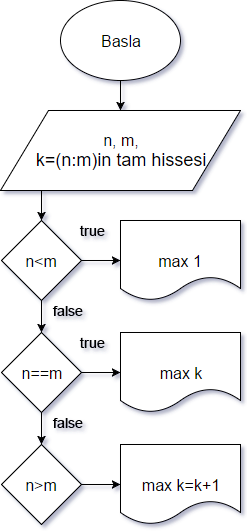
Above: rabbits.png in LiM10/31.01.2017 (draw.io), before the change. Source tidied: cells renumbered, new cells last; positions are measured from the earlier drawing's top-left corner, leaving out a move shared by most shapes. Its diagram source:
```xml
<mxGraphModel background="#ffffff">
  <root>
    <mxCell id="0" />
    <mxCell id="1" parent="0" />
    <mxCell id="2" style="edgeStyle=orthogonalEdgeStyle;rounded=0;html=1;exitX=0.5;exitY=1;entryX=0.5;entryY=0;jettySize=auto;fontSize=14;" parent="1" edge="1" source="3" target="5">
      <mxGeometry relative="1" as="geometry" />
    </mxCell>
    <mxCell id="3" value="&lt;font style=&quot;font-size: 16px&quot;&gt;Basla&lt;/font&gt;" style="ellipse;whiteSpace=wrap;html=1;fontSize=14;" parent="1" vertex="1">
      <mxGeometry x="60" width="120" height="80" as="geometry" />
    </mxCell>
    <mxCell id="4" style="edgeStyle=orthogonalEdgeStyle;rounded=0;html=1;exitX=0.5;exitY=1;entryX=0.5;entryY=0;jettySize=auto;fontSize=14;" parent="1" edge="1" target="8">
      <mxGeometry relative="1" as="geometry">
        <mxPoint x="41" y="190" as="sourcePoint" />
      </mxGeometry>
    </mxCell>
    <mxCell id="5" value="&lt;font style=&quot;font-size: 16px&quot;&gt;n, m,&lt;/font&gt;&lt;div&gt;&lt;font size=&quot;4&quot;&gt;k=(n:m)in tam hissesi&lt;/font&gt;&lt;/div&gt;" style="shape=parallelogram;whiteSpace=wrap;html=1;fontSize=14;" parent="1" vertex="1">
      <mxGeometry y="110" width="240" height="80" as="geometry" />
    </mxCell>
    <mxCell id="6" style="edgeStyle=orthogonalEdgeStyle;rounded=0;html=1;exitX=1;exitY=0.5;entryX=0;entryY=0.5;jettySize=auto;fontSize=14;" parent="1" edge="1" source="8" target="9">
      <mxGeometry relative="1" as="geometry" />
    </mxCell>
    <mxCell id="7" style="edgeStyle=orthogonalEdgeStyle;rounded=0;html=1;exitX=0.5;exitY=1;entryX=0.5;entryY=0;jettySize=auto;fontSize=14;" parent="1" edge="1" source="8" target="15">
      <mxGeometry relative="1" as="geometry" />
    </mxCell>
    <mxCell id="8" value="&lt;font style=&quot;font-size: 16px&quot;&gt;n&amp;lt;m&lt;/font&gt;" style="rhombus;whiteSpace=wrap;html=1;fontSize=14;" parent="1" vertex="1">
      <mxGeometry x="1" y="220" width="80" height="80" as="geometry" />
    </mxCell>
    <mxCell id="9" value="&lt;font style=&quot;font-size: 16px&quot;&gt;max 1&lt;/font&gt;" style="shape=document;whiteSpace=wrap;html=1;fontSize=14;" parent="1" vertex="1">
      <mxGeometry x="120" y="220" width="120" height="80" as="geometry" />
    </mxCell>
    <mxCell id="10" style="edgeStyle=orthogonalEdgeStyle;rounded=0;html=1;exitX=1;exitY=0.5;jettySize=auto;fontSize=14;" parent="1" edge="1" source="11">
      <mxGeometry relative="1" as="geometry">
        <mxPoint x="120" y="484" as="targetPoint" />
      </mxGeometry>
    </mxCell>
    <mxCell id="11" value="&lt;font style=&quot;font-size: 16px&quot;&gt;n&amp;gt;m&lt;/font&gt;" style="rhombus;whiteSpace=wrap;html=1;fontSize=14;" parent="1" vertex="1">
      <mxGeometry x="1" y="444" width="80" height="80" as="geometry" />
    </mxCell>
    <mxCell id="12" value="&lt;font style=&quot;font-size: 16px&quot;&gt;max k=k+1&lt;/font&gt;" style="shape=document;whiteSpace=wrap;html=1;fontSize=14;" parent="1" vertex="1">
      <mxGeometry x="120" y="444" width="120" height="80" as="geometry" />
    </mxCell>
    <mxCell id="13" style="edgeStyle=orthogonalEdgeStyle;rounded=0;html=1;exitX=1;exitY=0.5;entryX=0;entryY=0.5;jettySize=auto;fontSize=14;" parent="1" edge="1" source="15" target="16">
      <mxGeometry relative="1" as="geometry" />
    </mxCell>
    <mxCell id="14" style="edgeStyle=orthogonalEdgeStyle;rounded=0;html=1;exitX=0.5;exitY=1;entryX=0.5;entryY=0;jettySize=auto;fontSize=14;" parent="1" edge="1" source="15" target="11">
      <mxGeometry relative="1" as="geometry" />
    </mxCell>
    <mxCell id="15" value="&lt;font style=&quot;font-size: 16px&quot;&gt;n==m&lt;/font&gt;" style="rhombus;whiteSpace=wrap;html=1;fontSize=14;" parent="1" vertex="1">
      <mxGeometry x="1" y="332" width="80" height="80" as="geometry" />
    </mxCell>
    <mxCell id="16" value="&lt;font style=&quot;font-size: 16px&quot;&gt;max k&lt;/font&gt;" style="shape=document;whiteSpace=wrap;html=1;fontSize=14;" parent="1" vertex="1">
      <mxGeometry x="120" y="332" width="120" height="80" as="geometry" />
    </mxCell>
    <mxCell id="17" value="true" style="text;html=1;strokeColor=none;fillColor=none;align=center;verticalAlign=middle;whiteSpace=wrap;fontSize=14;" parent="1" vertex="1">
      <mxGeometry x="71" y="332" width="40" height="20" as="geometry" />
    </mxCell>
    <mxCell id="18" value="true" style="text;html=1;strokeColor=none;fillColor=none;align=center;verticalAlign=middle;whiteSpace=wrap;fontSize=14;" parent="1" vertex="1">
      <mxGeometry x="71" y="220" width="40" height="20" as="geometry" />
    </mxCell>
    <mxCell id="19" value="false" style="text;html=1;strokeColor=none;fillColor=none;align=center;verticalAlign=middle;whiteSpace=wrap;fontSize=14;" parent="1" vertex="1">
      <mxGeometry x="47" y="412" width="40" height="20" as="geometry" />
    </mxCell>
    <mxCell id="20" value="false" style="text;html=1;strokeColor=none;fillColor=none;align=center;verticalAlign=middle;whiteSpace=wrap;fontSize=14;" parent="1" vertex="1">
      <mxGeometry x="47" y="300" width="40" height="20" as="geometry" />
    </mxCell>
  </root>
</mxGraphModel>
```
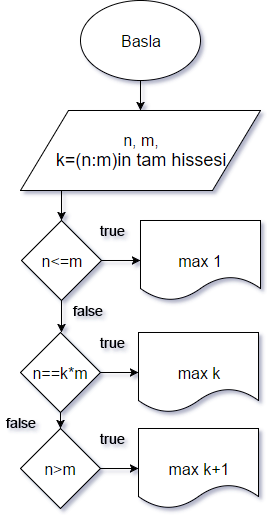
Above is the later version.

What changed in the source:
```diff
@@ -19,10 +19,12 @@
     <mxCell id="6" style="edgeStyle=orthogonalEdgeStyle;rounded=0;html=1;exitX=1;exitY=0.5;entryX=0;entryY=0.5;jettySize=auto;fontSize=14;" parent="1" edge="1" source="8" target="9">
       <mxGeometry relative="1" as="geometry" />
     </mxCell>
-    <mxCell id="7" style="edgeStyle=orthogonalEdgeStyle;rounded=0;html=1;exitX=0.5;exitY=1;entryX=0.5;entryY=0;jettySize=auto;fontSize=14;" parent="1" edge="1" source="8" target="15">
-      <mxGeometry relative="1" as="geometry" />
+    <mxCell id="7" style="edgeStyle=orthogonalEdgeStyle;rounded=0;html=1;exitX=0.5;exitY=1;entryX=0.5;entryY=0;jettySize=auto;fontSize=14;" parent="1" edge="1" source="8">
+      <mxGeometry relative="1" as="geometry">
+        <mxPoint x="41" y="332" as="targetPoint" />
+      </mxGeometry>
     </mxCell>
-    <mxCell id="8" value="&lt;font style=&quot;font-size: 16px&quot;&gt;n&amp;lt;m&lt;/font&gt;" style="rhombus;whiteSpace=wrap;html=1;fontSize=14;" parent="1" vertex="1">
+    <mxCell id="8" value="&lt;font style=&quot;font-size: 16px&quot;&gt;n&amp;lt;=m&lt;/font&gt;" style="rhombus;whiteSpace=wrap;html=1;fontSize=14;" parent="1" vertex="1">
       <mxGeometry x="1" y="220" width="80" height="80" as="geometry" />
     </mxCell>
     <mxCell id="9" value="&lt;font style=&quot;font-size: 16px&quot;&gt;max 1&lt;/font&gt;" style="shape=document;whiteSpace=wrap;html=1;fontSize=14;" parent="1" vertex="1">
@@ -30,38 +32,41 @@
     </mxCell>
     <mxCell id="10" style="edgeStyle=orthogonalEdgeStyle;rounded=0;html=1;exitX=1;exitY=0.5;jettySize=auto;fontSize=14;" parent="1" edge="1" source="11">
       <mxGeometry relative="1" as="geometry">
-        <mxPoint x="120" y="484" as="targetPoint" />
+        <mxPoint x="118" y="468" as="targetPoint" />
       </mxGeometry>
     </mxCell>
     <mxCell id="11" value="&lt;font style=&quot;font-size: 16px&quot;&gt;n&amp;gt;m&lt;/font&gt;" style="rhombus;whiteSpace=wrap;html=1;fontSize=14;" parent="1" vertex="1">
-      <mxGeometry x="1" y="444" width="80" height="80" as="geometry" />
+      <mxGeometry y="428" width="80" height="80" as="geometry" />
     </mxCell>
-    <mxCell id="12" value="&lt;font style=&quot;font-size: 16px&quot;&gt;max k=k+1&lt;/font&gt;" style="shape=document;whiteSpace=wrap;html=1;fontSize=14;" parent="1" vertex="1">
-      <mxGeometry x="120" y="444" width="120" height="80" as="geometry" />
+    <mxCell id="12" value="&lt;font style=&quot;font-size: 16px&quot;&gt;max k+1&lt;/font&gt;" style="shape=document;whiteSpace=wrap;html=1;fontSize=14;" parent="1" vertex="1">
+      <mxGeometry x="118" y="428" width="120" height="80" as="geometry" />
     </mxCell>
-    <mxCell id="13" style="edgeStyle=orthogonalEdgeStyle;rounded=0;html=1;exitX=1;exitY=0.5;entryX=0;entryY=0.5;jettySize=auto;fontSize=14;" parent="1" edge="1" source="15" target="16">
-      <mxGeometry relative="1" as="geometry" />
-    </mxCell>
-    <mxCell id="14" style="edgeStyle=orthogonalEdgeStyle;rounded=0;html=1;exitX=0.5;exitY=1;entryX=0.5;entryY=0;jettySize=auto;fontSize=14;" parent="1" edge="1" source="15" target="11">
-      <mxGeometry relative="1" as="geometry" />
-    </mxCell>
-    <mxCell id="15" value="&lt;font style=&quot;font-size: 16px&quot;&gt;n==m&lt;/font&gt;" style="rhombus;whiteSpace=wrap;html=1;fontSize=14;" parent="1" vertex="1">
-      <mxGeometry x="1" y="332" width="80" height="80" as="geometry" />
-    </mxCell>
-    <mxCell id="16" value="&lt;font style=&quot;font-size: 16px&quot;&gt;max k&lt;/font&gt;" style="shape=document;whiteSpace=wrap;html=1;fontSize=14;" parent="1" vertex="1">
-      <mxGeometry x="120" y="332" width="120" height="80" as="geometry" />
-    </mxCell>
     <mxCell id="17" value="true" style="text;html=1;strokeColor=none;fillColor=none;align=center;verticalAlign=middle;whiteSpace=wrap;fontSize=14;" parent="1" vertex="1">
       <mxGeometry x="71" y="332" width="40" height="20" as="geometry" />
     </mxCell>
     <mxCell id="18" value="true" style="text;html=1;strokeColor=none;fillColor=none;align=center;verticalAlign=middle;whiteSpace=wrap;fontSize=14;" parent="1" vertex="1">
       <mxGeometry x="71" y="220" width="40" height="20" as="geometry" />
     </mxCell>
+    <mxCell id="20" value="false" style="text;html=1;strokeColor=none;fillColor=none;align=center;verticalAlign=middle;whiteSpace=wrap;fontSize=14;" parent="1" vertex="1">
+      <mxGeometry x="47" y="300" width="40" height="20" as="geometry" />
+    </mxCell>
+    <mxCell id="21" style="edgeStyle=orthogonalEdgeStyle;rounded=0;html=1;exitX=0.5;exitY=1;entryX=0.5;entryY=0;jettySize=auto;" parent="1" edge="1" source="23" target="11">
+      <mxGeometry relative="1" as="geometry" />
+    </mxCell>
+    <mxCell id="22" style="edgeStyle=orthogonalEdgeStyle;rounded=0;html=1;exitX=1;exitY=0.5;entryX=0;entryY=0.5;jettySize=auto;" parent="1" edge="1" source="23" target="16">
+      <mxGeometry relative="1" as="geometry" />
+    </mxCell>
+    <mxCell id="23" value="&lt;font style=&quot;font-size: 16px&quot;&gt;n==k*m&lt;/font&gt;" style="rhombus;whiteSpace=wrap;html=1;" parent="1" vertex="1">
+      <mxGeometry y="332" width="80" height="80" as="geometry" />
+    </mxCell>
+    <mxCell id="16" value="&lt;font style=&quot;font-size: 16px&quot;&gt;max k&lt;/font&gt;" style="shape=document;whiteSpace=wrap;html=1;" parent="1" vertex="1">
+      <mxGeometry x="118" y="332" width="120" height="80" as="geometry" />
+    </mxCell>
+    <mxCell id="24" value="true" style="text;html=1;strokeColor=none;fillColor=none;align=center;verticalAlign=middle;whiteSpace=wrap;fontSize=14;" parent="1" vertex="1">
+      <mxGeometry x="71" y="428" width="40" height="20" as="geometry" />
+    </mxCell>
     <mxCell id="19" value="false" style="text;html=1;strokeColor=none;fillColor=none;align=center;verticalAlign=middle;whiteSpace=wrap;fontSize=14;" parent="1" vertex="1">
-      <mxGeometry x="47" y="412" width="40" height="20" as="geometry" />
+      <mxGeometry x="-20" y="412" width="40" height="20" as="geometry" />
     </mxCell>
-    <mxCell id="20" value="false" style="text;html=1;strokeColor=none;fillColor=none;align=center;verticalAlign=middle;whiteSpace=wrap;fontSize=14;" parent="1" vertex="1">
-      <mxGeometry x="47" y="300" width="40" height="20" as="geometry" />
-    </mxCell>
   </root>
 </mxGraphModel>
```
